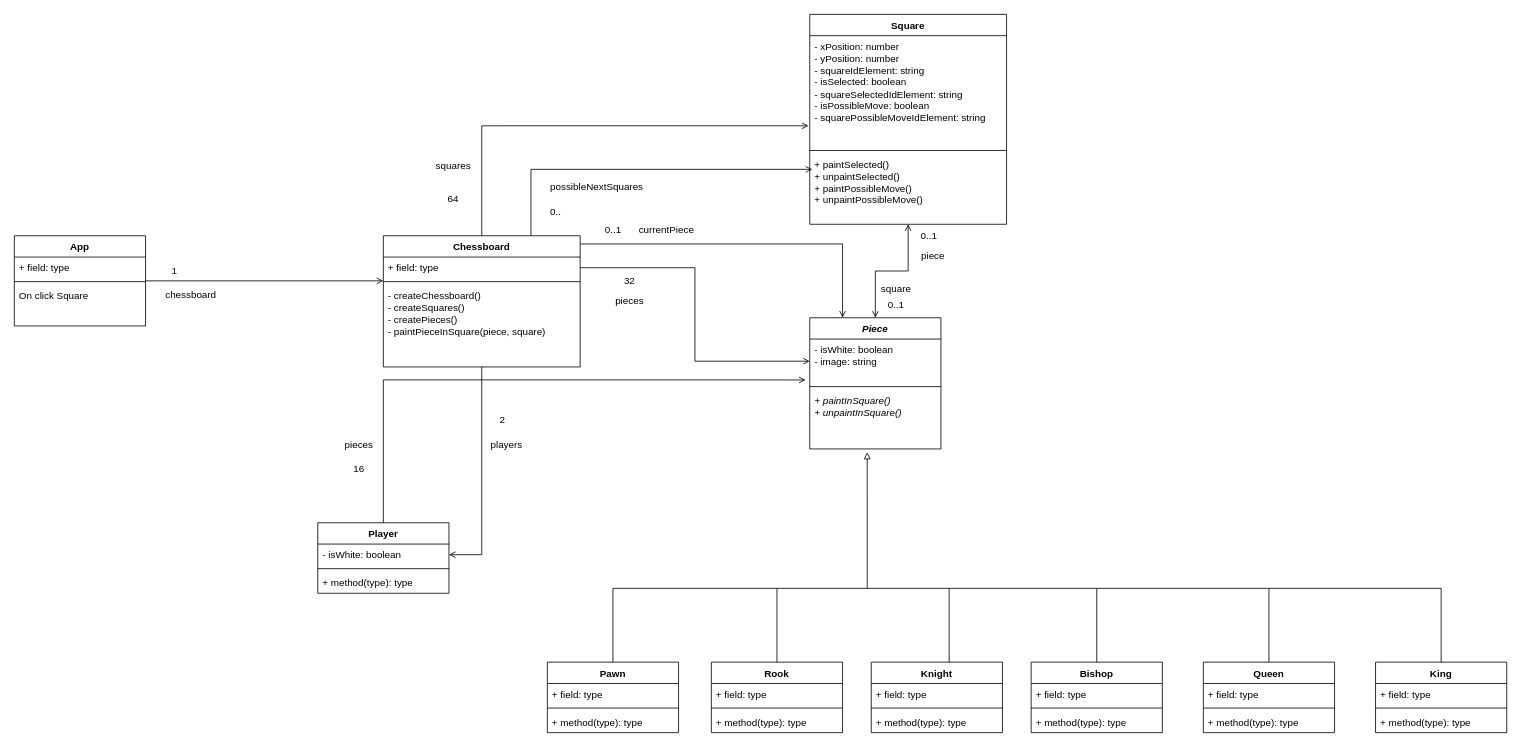
Before: docs/class-diagram.drawio in AitorMelero/chess-game, a draw.io diagram. Source tidied: cells renumbered, new cells numbered last; positions are measured from the earlier drawing's top-left corner, leaving out a move shared by most shapes. Both pictures are drawn from the tidied source at 82%, with x=0, y=0 at pixel (14, 14).
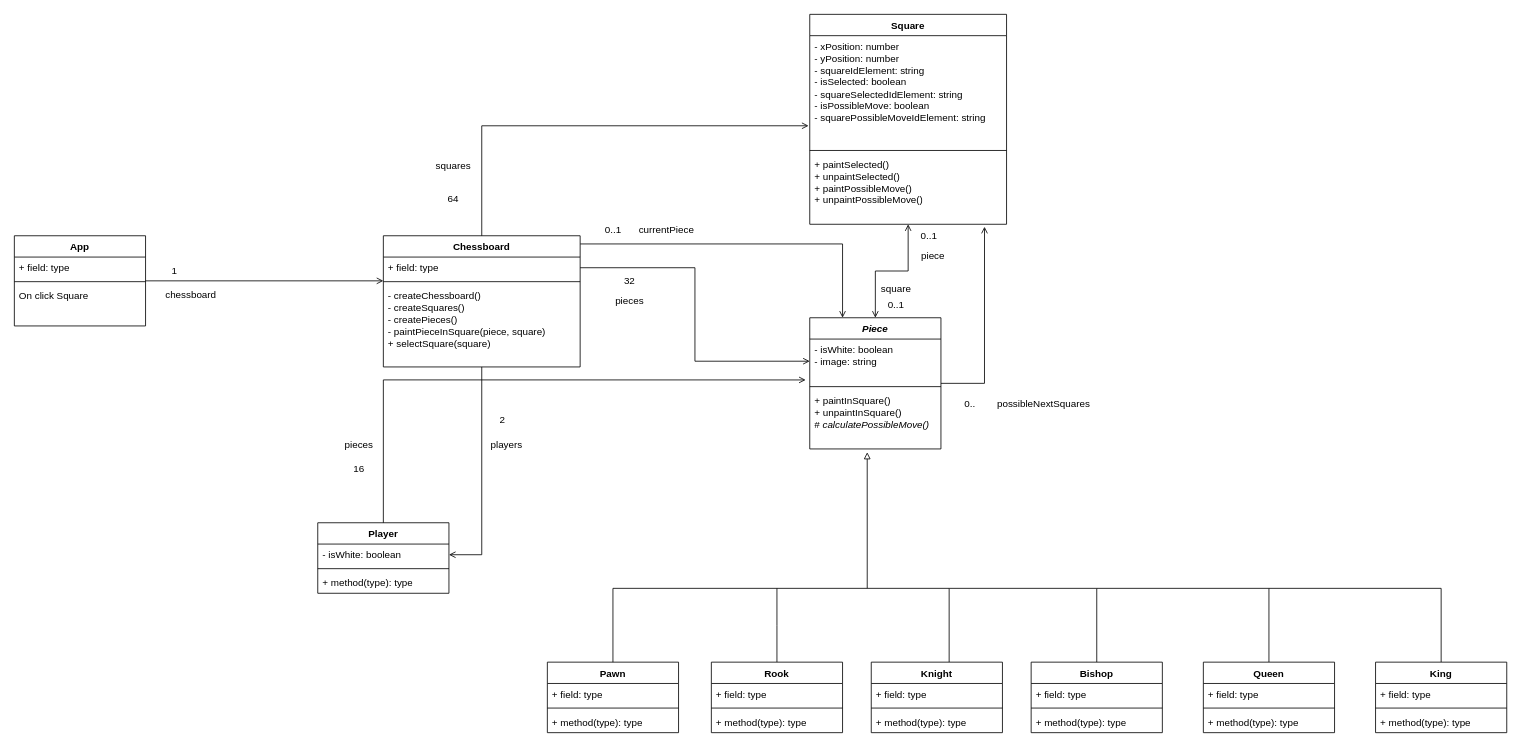
The same page after the edit.

Commit message (it also covers changes not shown here):
Doc: Incluir selección de casillas en el diagrama de clases

Unchanged cells that the change refers to:
```xml
<mxCell id="4" value="Chessboard" style="swimlane;fontStyle=1;align=center;verticalAlign=top;horizontal=1;startSize=26;whiteSpace=wrap;html=1;" parent="1" vertex="1">
  <mxGeometry x="450" y="270" width="240" height="160" as="geometry" />
</mxCell>
<mxCell id="12" value="+ paintSelected()&lt;br&gt;+ unpaintSelected()&lt;br&gt;+ paintPossibleMove()&lt;br&gt;+ unpaintPossibleMove()" style="text;strokeColor=none;fillColor=none;align=left;verticalAlign=top;spacingLeft=4;spacingRight=4;overflow=hidden;points=[[0,0.5],[1,0.5]];portConstraint=eastwest;whiteSpace=wrap;html=1;" parent="9" vertex="1">
  <mxGeometry y="170" width="240" height="86" as="geometry" />
</mxCell>
<mxCell id="15" value="&lt;i&gt;Piece&lt;/i&gt;" style="swimlane;fontStyle=1;align=center;verticalAlign=top;horizontal=1;startSize=26;whiteSpace=wrap;html=1;" parent="1" vertex="1">
  <mxGeometry x="970" y="370" width="160" height="160" as="geometry" />
</mxCell>
```

Change to the diagram source:
```diff
@@
-    <mxCell id="7" value="- createChessboard()&lt;br&gt;- createSquares()&lt;br&gt;- createPieces()&lt;br&gt;- paintPieceInSquare(piece, square)" style="text;strokeColor=none;fillColor=none;align=left;verticalAlign=top;spacingLeft=4;spacingRight=4;overflow=hidden;whiteSpace=wrap;html=1;" parent="4" vertex="1">
+    <mxCell id="7" value="- createChessboard()&lt;br&gt;- createSquares()&lt;br&gt;- createPieces()&lt;br&gt;- paintPieceInSquare(piece, square)&lt;br&gt;+ selectSquare(square)" style="text;strokeColor=none;fillColor=none;align=left;verticalAlign=top;spacingLeft=4;spacingRight=4;overflow=hidden;whiteSpace=wrap;html=1;" parent="4" vertex="1">
       <mxGeometry y="60" width="240" height="100" as="geometry" />
     </mxCell>
@@
-    <mxCell id="18" value="&lt;i&gt;+ paintInSquare()&lt;br&gt;+ unpaintInSquare()&lt;br&gt;&lt;/i&gt;" style="text;strokeColor=none;fillColor=none;align=left;verticalAlign=top;spacingLeft=4;spacingRight=4;overflow=hidden;points=[[0,0.5],[1,0.5]];portConstraint=eastwest;whiteSpace=wrap;html=1;" parent="15" vertex="1">
+    <mxCell id="18" value="+ paintInSquare()&lt;br&gt;+ unpaintInSquare()&lt;br&gt;# &lt;i&gt;calculatePossibleMove()&lt;/i&gt;" style="text;strokeColor=none;fillColor=none;align=left;verticalAlign=top;spacingLeft=4;spacingRight=4;overflow=hidden;points=[[0,0.5],[1,0.5]];portConstraint=eastwest;whiteSpace=wrap;html=1;" parent="15" vertex="1">
       <mxGeometry y="88" width="160" height="72" as="geometry" />
     </mxCell>
@@
     <mxCell id="50" value="0.." style="text;html=1;align=center;verticalAlign=middle;strokeColor=none;fillColor=none;" parent="1" vertex="1">
-      <mxGeometry x="640" y="226" width="40" height="30" as="geometry" />
+      <mxGeometry x="1145" y="460" width="40" height="30" as="geometry" />
     </mxCell>
     <mxCell id="51" value="possibleNextSquares" style="text;html=1;align=center;verticalAlign=middle;strokeColor=none;fillColor=none;" parent="1" vertex="1">
-      <mxGeometry x="640" y="196" width="140" height="30" as="geometry" />
+      <mxGeometry x="1185" y="460" width="140" height="30" as="geometry" />
     </mxCell>
-    <mxCell id="52" style="edgeStyle=orthogonalEdgeStyle;rounded=0;jettySize=auto;html=1;exitX=0.75;exitY=0;exitDx=0;exitDy=0;entryX=0.013;entryY=0.221;entryDx=0;entryDy=0;entryPerimeter=0;endArrow=open;endFill=0;" parent="1" edge="1" source="4" target="12">
-      <mxGeometry relative="1" as="geometry" />
-    </mxCell>
@@
+    <mxCell id="78" style="edgeStyle=orthogonalEdgeStyle;rounded=0;jettySize=auto;html=1;entryX=0.888;entryY=1.035;entryDx=0;entryDy=0;entryPerimeter=0;endArrow=open;endFill=0;" parent="1" edge="1" source="15" target="12">
+      <mxGeometry relative="1" as="geometry">
+        <Array as="points">
+          <mxPoint x="1183" y="450" />
+        </Array>
+      </mxGeometry>
+    </mxCell>
```
